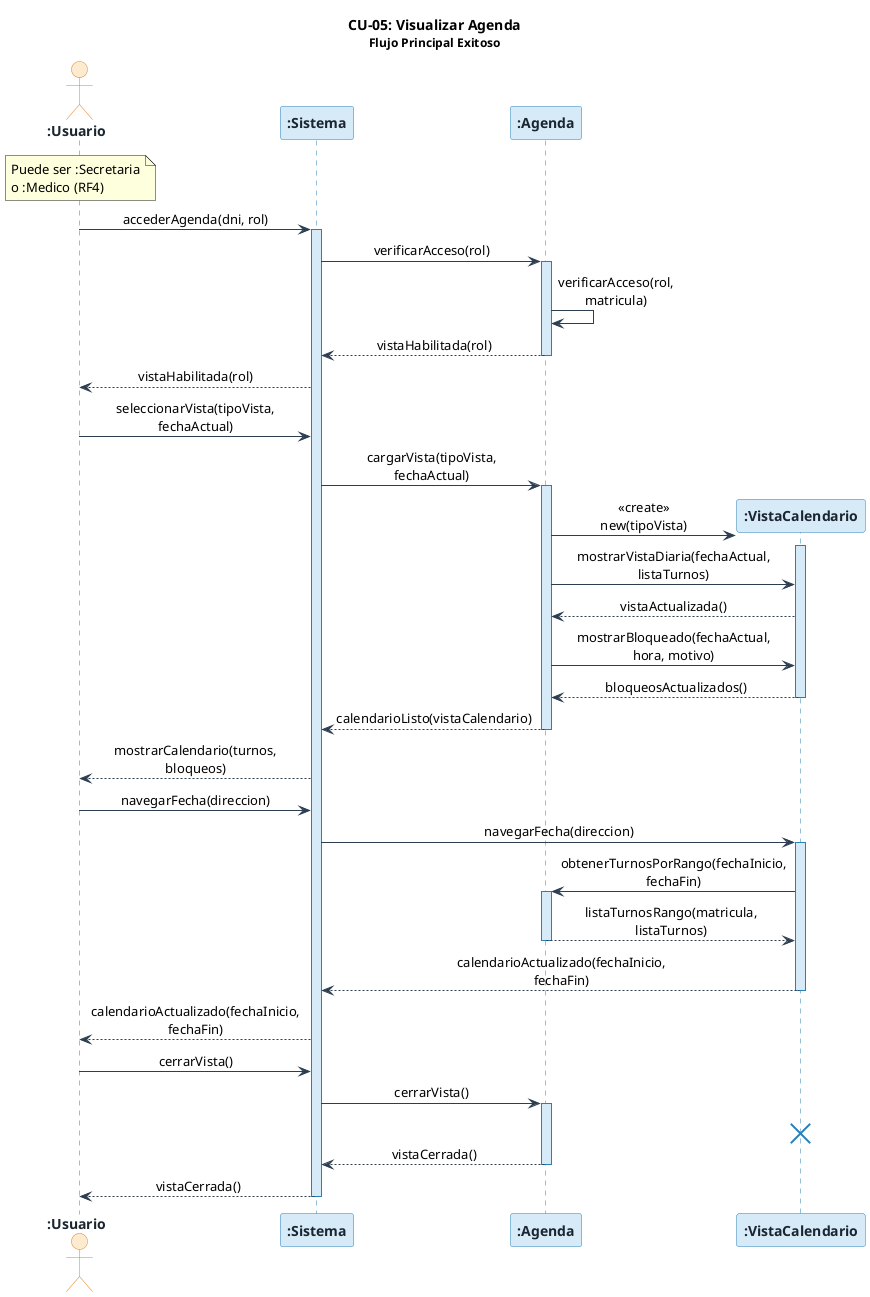
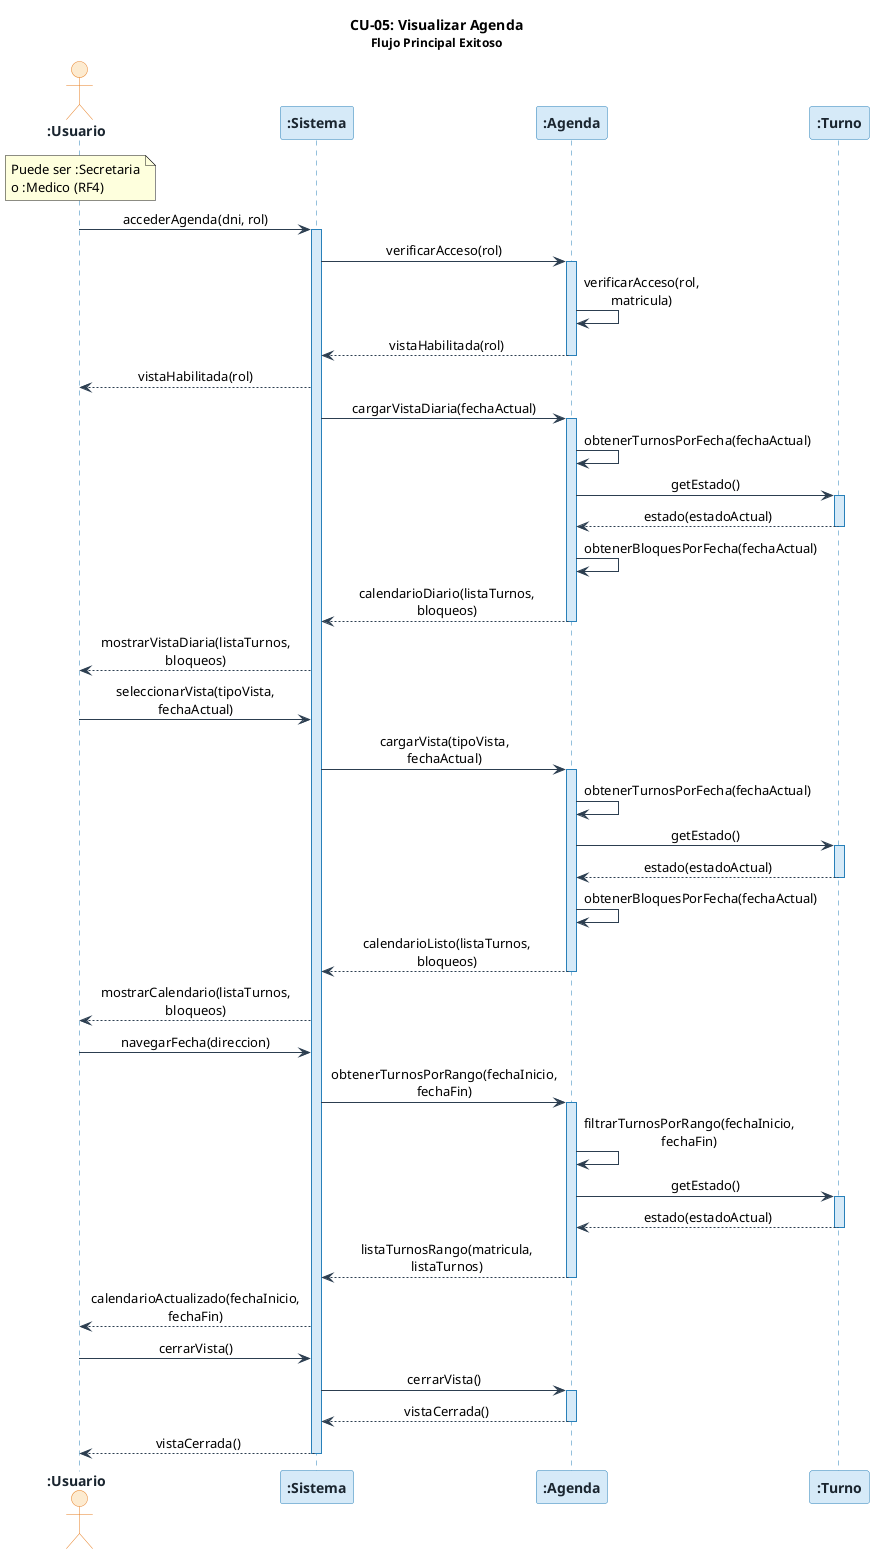
@startuml 05-cu05-visualizar-agenda

skinparam sequenceMessageAlign center
skinparam responseMessageBelowArrow true
skinparam maxMessageSize 160
skinparam sequence {
    ArrowColor          #2C3E50
    LifeLineBorderColor #2980B9
    LifeLineBackgroundColor #D6EAF8
    BoxBackgroundColor  #FDFEFE
    BoxBorderColor      #2C3E50
}
skinparam participant {
    BackgroundColor #D6EAF8
    BorderColor     #2980B9
    FontColor       #1A252F
    FontStyle       bold
}
skinparam actor {
    BackgroundColor #FDEBD0
    BorderColor     #E67E22
    FontColor       #1A252F
    FontStyle       bold
}

title **CU-05: Visualizar Agenda**\n<size:12>Flujo Principal Exitoso</size>

actor       ":Usuario"              as usuario
participant ":Sistema"              as sistema
participant ":Agenda"               as agenda
- participant ":VistaCalendario"      as vistaCalendario
+ participant ":Turno"                as turno

note over usuario
  Puede ser :Secretaria
  o :Medico (RF4)
end note

' ── 1. El usuario accede a la sección Agenda (paso 1) ──────────────────────
usuario     ->  sistema             : accederAgenda(dni, rol)
activate sistema
sistema     ->  agenda              : verificarAcceso(rol)
activate agenda
agenda      ->  agenda              : verificarAcceso(rol, matricula)
agenda      -->  sistema            : vistaHabilitada(rol)
deactivate agenda
sistema     -->  usuario            : vistaHabilitada(rol)

- ' ── 2. El usuario elige la vista y el sistema la presenta (pasos 2-3) ──────
+ ' ── 2. El sistema presenta por defecto la vista diaria (paso 2) ────────────
+ sistema     ->  agenda              : cargarVistaDiaria(fechaActual)
+ activate agenda
+ agenda      ->  agenda              : obtenerTurnosPorFecha(fechaActual)
+ agenda      ->  turno               : getEstado()
+ activate turno
+ turno       -->  agenda             : estado(estadoActual)
+ deactivate turno
+ agenda      ->  agenda              : obtenerBloquesPorFecha(fechaActual)
+ agenda      -->  sistema            : calendarioDiario(listaTurnos, bloqueos)
+ deactivate agenda
+ sistema     -->  usuario            : mostrarVistaDiaria(listaTurnos, bloqueos)
+ 
+ ' ── 3. El usuario elige la vista y el sistema la presenta (pasos 3-6) ──────
usuario     ->  sistema             : seleccionarVista(tipoVista, fechaActual)
sistema     ->  agenda              : cargarVista(tipoVista, fechaActual)
activate agenda
- 
- create vistaCalendario
- agenda      ->  vistaCalendario     : <<create>>\nnew(tipoVista)
- activate vistaCalendario
- 
- ' ── 3. Carga de turnos con estado (pasos 4-5) ──────────────────────────────
- agenda      ->  vistaCalendario     : mostrarVistaDiaria(fechaActual, listaTurnos)
- vistaCalendario -->  agenda         : vistaActualizada()
- 
- ' ── 4. Carga de horarios bloqueados con motivo (paso 6) ─────────────────────
- agenda      ->  vistaCalendario     : mostrarBloqueado(fechaActual, hora, motivo)
- vistaCalendario -->  agenda         : bloqueosActualizados()
- deactivate vistaCalendario
- 
- agenda      -->  sistema            : calendarioListo(vistaCalendario)
+ agenda      ->  agenda              : obtenerTurnosPorFecha(fechaActual)
+ agenda      ->  turno               : getEstado()
+ activate turno
+ turno       -->  agenda             : estado(estadoActual)
+ deactivate turno
+ agenda      ->  agenda              : obtenerBloquesPorFecha(fechaActual)
+ agenda      -->  sistema            : calendarioListo(listaTurnos, bloqueos)
deactivate agenda
- sistema     -->  usuario            : mostrarCalendario(turnos, bloqueos)
+ sistema     -->  usuario            : mostrarCalendario(listaTurnos, bloqueos)

' ── 5. El usuario navega entre fechas (paso 7) ──────────────────────────────
usuario     ->  sistema             : navegarFecha(direccion)
- sistema     ->  vistaCalendario     : navegarFecha(direccion)
- activate vistaCalendario
- 
- vistaCalendario ->  agenda          : obtenerTurnosPorRango(fechaInicio, fechaFin)
+ sistema     ->  agenda              : obtenerTurnosPorRango(fechaInicio, fechaFin)
activate agenda
- agenda      -->  vistaCalendario    : listaTurnosRango(matricula, listaTurnos)
+ agenda      ->  agenda              : filtrarTurnosPorRango(fechaInicio, fechaFin)
+ agenda      ->  turno               : getEstado()
+ activate turno
+ turno       -->  agenda             : estado(estadoActual)
+ deactivate turno
+ agenda      -->  sistema            : listaTurnosRango(matricula, listaTurnos)
deactivate agenda
- 
- vistaCalendario -->  sistema        : calendarioActualizado(fechaInicio, fechaFin)
- deactivate vistaCalendario
sistema     -->  usuario            : calendarioActualizado(fechaInicio, fechaFin)

' ── 6. El usuario cierra la vista ───────────────────────────────────────────
usuario     ->  sistema             : cerrarVista()
sistema     ->  agenda              : cerrarVista()
activate agenda
- destroy vistaCalendario
agenda      -->  sistema            : vistaCerrada()
deactivate agenda
sistema     -->  usuario            : vistaCerrada()
deactivate sistema

@enduml
